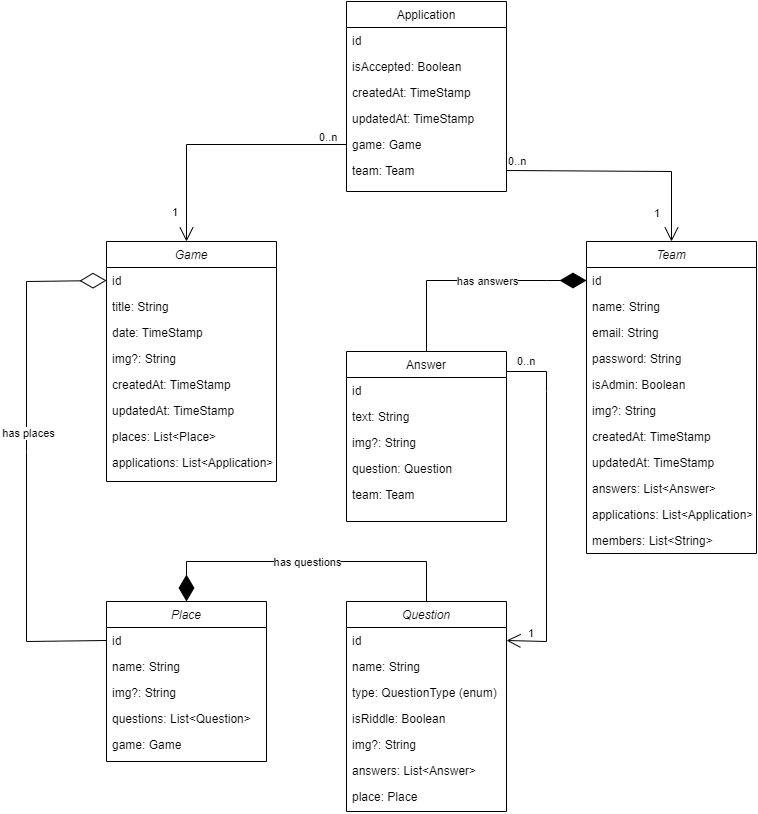
This is images/szititour-backend.png from mherczku/szititour, a draw.io export, as it was before one commit. Source tidied: cells renumbered, new cells last; positions are measured from the earlier drawing's top-left corner, leaving out a move shared by most shapes.
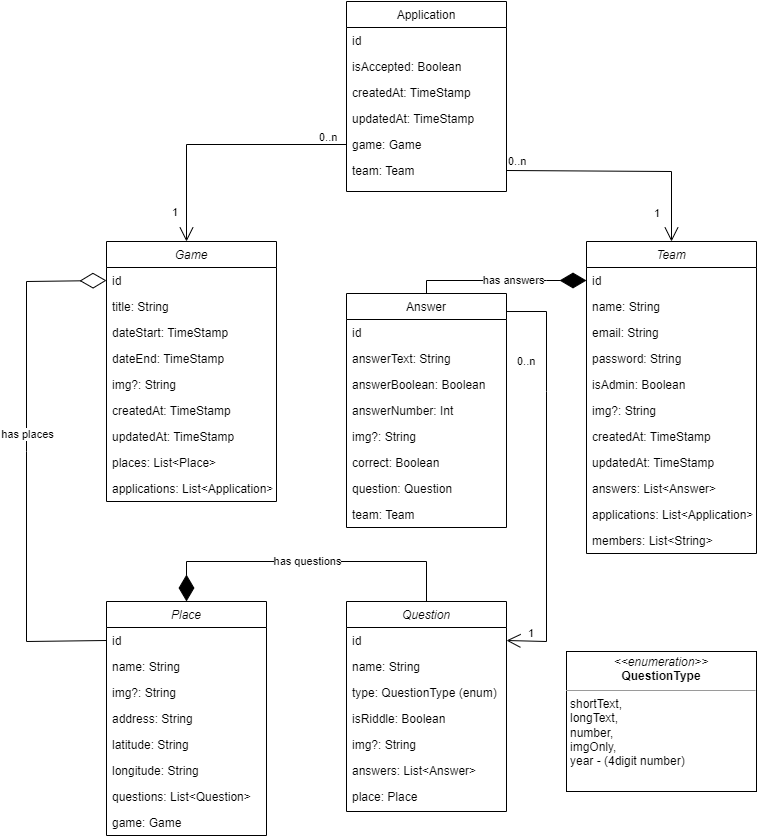
The same diagram one commit later.

Commit message:
Update specification and uml

The edit, as a diff of the source:
```diff
@@ -39,25 +39,34 @@
       <mxGeometry y="286" width="170" height="26" as="geometry" />
     </mxCell>
     <mxCell id="14" value="Answer" style="swimlane;fontStyle=0;align=center;verticalAlign=top;horizontal=1;startSize=26;rounded=0;shadow=0;strokeWidth=1;" parent="1" vertex="1">
-      <mxGeometry x="320" y="350" width="160" height="170" as="geometry" />
+      <mxGeometry x="320" y="292" width="160" height="234" as="geometry" />
     </mxCell>
     <mxCell id="15" value="id" style="text;align=left;verticalAlign=top;spacingLeft=4;spacingRight=4;overflow=hidden;" parent="14" vertex="1">
       <mxGeometry y="26" width="160" height="26" as="geometry" />
     </mxCell>
-    <mxCell id="16" value="text: String" style="text;align=left;verticalAlign=top;spacingLeft=4;spacingRight=4;overflow=hidden;rounded=0;shadow=0;html=0;" parent="14" vertex="1">
+    <mxCell id="16" value="answerText: String" style="text;align=left;verticalAlign=top;spacingLeft=4;spacingRight=4;overflow=hidden;rounded=0;shadow=0;html=0;" parent="14" vertex="1">
       <mxGeometry y="52" width="160" height="26" as="geometry" />
     </mxCell>
+    <mxCell id="65" value="answerBoolean: Boolean" style="text;align=left;verticalAlign=top;spacingLeft=4;spacingRight=4;overflow=hidden;rounded=0;shadow=0;html=0;" parent="14" vertex="1">
+      <mxGeometry y="78" width="160" height="26" as="geometry" />
+    </mxCell>
+    <mxCell id="66" value="answerNumber: Int" style="text;align=left;verticalAlign=top;spacingLeft=4;spacingRight=4;overflow=hidden;rounded=0;shadow=0;html=0;" parent="14" vertex="1">
+      <mxGeometry y="104" width="160" height="26" as="geometry" />
+    </mxCell>
     <mxCell id="17" value="img?: String" style="text;align=left;verticalAlign=top;spacingLeft=4;spacingRight=4;overflow=hidden;rounded=0;shadow=0;html=0;" parent="14" vertex="1">
-      <mxGeometry y="78" width="160" height="26" as="geometry" />
+      <mxGeometry y="130" width="160" height="26" as="geometry" />
     </mxCell>
+    <mxCell id="67" value="correct: Boolean" style="text;align=left;verticalAlign=top;spacingLeft=4;spacingRight=4;overflow=hidden;rounded=0;shadow=0;html=0;" parent="14" vertex="1">
+      <mxGeometry y="156" width="160" height="26" as="geometry" />
+    </mxCell>
     <mxCell id="18" value="question: Question" style="text;align=left;verticalAlign=top;spacingLeft=4;spacingRight=4;overflow=hidden;rounded=0;shadow=0;html=0;" parent="14" vertex="1">
-      <mxGeometry y="104" width="160" height="26" as="geometry" />
+      <mxGeometry y="182" width="160" height="26" as="geometry" />
     </mxCell>
     <mxCell id="19" value="team: Team" style="text;align=left;verticalAlign=top;spacingLeft=4;spacingRight=4;overflow=hidden;rounded=0;shadow=0;html=0;" parent="14" vertex="1">
-      <mxGeometry y="130" width="160" height="26" as="geometry" />
+      <mxGeometry y="208" width="160" height="26" as="geometry" />
     </mxCell>
     <mxCell id="20" value="Game" style="swimlane;fontStyle=2;align=center;verticalAlign=top;horizontal=1;startSize=26;rounded=0;shadow=0;strokeWidth=1;" parent="1" vertex="1">
-      <mxGeometry x="80" y="240" width="170" height="240" as="geometry" />
+      <mxGeometry x="80" y="240" width="170" height="260" as="geometry" />
     </mxCell>
     <mxCell id="21" value="id" style="text;align=left;verticalAlign=top;spacingLeft=4;spacingRight=4;overflow=hidden;points=[[0,0.5],[1,0.5]];portConstraint=eastwest;" parent="20" vertex="1">
       <mxGeometry y="26" width="170" height="26" as="geometry" />
@@ -65,26 +74,29 @@
     <mxCell id="22" value="title: String" style="text;align=left;verticalAlign=top;spacingLeft=4;spacingRight=4;overflow=hidden;rounded=0;shadow=0;html=0;" parent="20" vertex="1">
       <mxGeometry y="52" width="170" height="26" as="geometry" />
     </mxCell>
-    <mxCell id="23" value="date: TimeStamp" style="text;align=left;verticalAlign=top;spacingLeft=4;spacingRight=4;overflow=hidden;rounded=0;shadow=0;html=0;" parent="20" vertex="1">
+    <mxCell id="23" value="dateStart: TimeStamp" style="text;align=left;verticalAlign=top;spacingLeft=4;spacingRight=4;overflow=hidden;rounded=0;shadow=0;html=0;" parent="20" vertex="1">
       <mxGeometry y="78" width="170" height="26" as="geometry" />
     </mxCell>
+    <mxCell id="68" value="dateEnd: TimeStamp" style="text;align=left;verticalAlign=top;spacingLeft=4;spacingRight=4;overflow=hidden;rounded=0;shadow=0;html=0;" parent="20" vertex="1">
+      <mxGeometry y="104" width="170" height="26" as="geometry" />
+    </mxCell>
     <mxCell id="24" value="img?: String" style="text;align=left;verticalAlign=top;spacingLeft=4;spacingRight=4;overflow=hidden;rounded=0;shadow=0;html=0;" parent="20" vertex="1">
-      <mxGeometry y="104" width="170" height="26" as="geometry" />
+      <mxGeometry y="130" width="170" height="26" as="geometry" />
     </mxCell>
     <mxCell id="25" value="createdAt: TimeStamp" style="text;align=left;verticalAlign=top;spacingLeft=4;spacingRight=4;overflow=hidden;rounded=0;shadow=0;html=0;" parent="20" vertex="1">
-      <mxGeometry y="130" width="170" height="26" as="geometry" />
+      <mxGeometry y="156" width="170" height="26" as="geometry" />
     </mxCell>
     <mxCell id="26" value="updatedAt: TimeStamp" style="text;align=left;verticalAlign=top;spacingLeft=4;spacingRight=4;overflow=hidden;rounded=0;shadow=0;html=0;" parent="20" vertex="1">
-      <mxGeometry y="156" width="170" height="26" as="geometry" />
+      <mxGeometry y="182" width="170" height="26" as="geometry" />
     </mxCell>
     <mxCell id="27" value="places: List&lt;Place&gt;" style="text;align=left;verticalAlign=top;spacingLeft=4;spacingRight=4;overflow=hidden;rounded=0;shadow=0;html=0;" parent="20" vertex="1">
-      <mxGeometry y="182" width="170" height="26" as="geometry" />
+      <mxGeometry y="208" width="170" height="26" as="geometry" />
     </mxCell>
     <mxCell id="28" value="applications: List&lt;Application&gt;" style="text;align=left;verticalAlign=top;spacingLeft=4;spacingRight=4;overflow=hidden;rounded=0;shadow=0;html=0;" parent="20" vertex="1">
-      <mxGeometry y="208" width="170" height="26" as="geometry" />
+      <mxGeometry y="234" width="170" height="26" as="geometry" />
     </mxCell>
     <mxCell id="29" value="Place" style="swimlane;fontStyle=2;align=center;verticalAlign=top;horizontal=1;startSize=26;rounded=0;shadow=0;strokeWidth=1;" parent="1" vertex="1">
-      <mxGeometry x="80" y="600" width="160" height="160" as="geometry" />
+      <mxGeometry x="80" y="600" width="160" height="234" as="geometry" />
     </mxCell>
     <mxCell id="30" value="id" style="text;align=left;verticalAlign=top;spacingLeft=4;spacingRight=4;overflow=hidden;points=[[0,0.5],[1,0.5]];portConstraint=eastwest;" parent="29" vertex="1">
       <mxGeometry y="26" width="160" height="26" as="geometry" />
@@ -95,11 +107,20 @@
     <mxCell id="32" value="img?: String" style="text;align=left;verticalAlign=top;spacingLeft=4;spacingRight=4;overflow=hidden;rounded=0;shadow=0;html=0;" parent="29" vertex="1">
       <mxGeometry y="78" width="160" height="26" as="geometry" />
     </mxCell>
+    <mxCell id="69" value="address: String" style="text;align=left;verticalAlign=top;spacingLeft=4;spacingRight=4;overflow=hidden;rounded=0;shadow=0;html=0;" parent="29" vertex="1">
+      <mxGeometry y="104" width="160" height="26" as="geometry" />
+    </mxCell>
+    <mxCell id="70" value="latitude: String" style="text;align=left;verticalAlign=top;spacingLeft=4;spacingRight=4;overflow=hidden;rounded=0;shadow=0;html=0;" parent="29" vertex="1">
+      <mxGeometry y="130" width="160" height="26" as="geometry" />
+    </mxCell>
+    <mxCell id="71" value="longitude: String" style="text;align=left;verticalAlign=top;spacingLeft=4;spacingRight=4;overflow=hidden;rounded=0;shadow=0;html=0;" parent="29" vertex="1">
+      <mxGeometry y="156" width="160" height="26" as="geometry" />
+    </mxCell>
     <mxCell id="33" value="questions: List&lt;Question&gt;" style="text;align=left;verticalAlign=top;spacingLeft=4;spacingRight=4;overflow=hidden;rounded=0;shadow=0;html=0;" parent="29" vertex="1">
-      <mxGeometry y="104" width="160" height="26" as="geometry" />
+      <mxGeometry y="182" width="160" height="26" as="geometry" />
     </mxCell>
     <mxCell id="34" value="game: Game" style="text;align=left;verticalAlign=top;spacingLeft=4;spacingRight=4;overflow=hidden;rounded=0;shadow=0;html=0;" parent="29" vertex="1">
-      <mxGeometry y="130" width="160" height="26" as="geometry" />
+      <mxGeometry y="208" width="160" height="26" as="geometry" />
     </mxCell>
     <mxCell id="35" style="endArrow=diamondThin;endFill=1;endSize=24;html=1;rounded=0;entryX=0;entryY=0.5;entryDx=0;entryDy=0;exitX=0.5;exitY=0;exitDx=0;exitDy=0;" parent="1" edge="1" source="14" target="3">
       <mxGeometry relative="1" as="geometry">
@@ -161,11 +182,10 @@
         <mxPoint x="46" as="offset" />
       </mxGeometry>
     </mxCell>
-    <mxCell id="49" style="endArrow=open;endFill=1;endSize=12;html=1;rounded=0;entryX=1;entryY=0.5;entryDx=0;entryDy=0;" parent="1" edge="1" target="40">
+    <mxCell id="49" style="endArrow=open;endFill=1;endSize=12;html=1;rounded=0;entryX=1;entryY=0.5;entryDx=0;entryDy=0;exitX=1;exitY=0.077;exitDx=0;exitDy=0;exitPerimeter=0;" parent="1" edge="1" source="14" target="40">
       <mxGeometry relative="1" as="geometry">
-        <mxPoint x="480" y="370" as="sourcePoint" />
         <Array as="points">
-          <mxPoint x="520" y="370" />
+          <mxPoint x="520" y="310" />
           <mxPoint x="520" y="390" />
           <mxPoint x="520" y="640" />
         </Array>
@@ -235,5 +255,8 @@
         <mxPoint x="-209" y="-276" as="offset" />
       </mxGeometry>
     </mxCell>
+    <mxCell id="72" value="&lt;p style=&quot;margin:0px;margin-top:4px;text-align:center;&quot;&gt;&lt;i&gt;&amp;lt;&amp;lt;enumeration&amp;gt;&amp;gt;&lt;/i&gt;&lt;br&gt;&lt;b&gt;QuestionType&lt;/b&gt;&lt;/p&gt;&lt;hr size=&quot;1&quot;&gt;&lt;p style=&quot;margin:0px;margin-left:4px;&quot;&gt;shortText,&lt;/p&gt;&lt;p style=&quot;margin:0px;margin-left:4px;&quot;&gt;longText,&lt;/p&gt;&lt;p style=&quot;margin:0px;margin-left:4px;&quot;&gt;number,&lt;/p&gt;&lt;p style=&quot;margin:0px;margin-left:4px;&quot;&gt;imgOnly,&lt;/p&gt;&lt;p style=&quot;margin:0px;margin-left:4px;&quot;&gt;year - (4digit number)&lt;/p&gt;&lt;p style=&quot;margin:0px;margin-left:4px;&quot;&gt;&lt;br&gt;&lt;/p&gt;" style="verticalAlign=top;align=left;overflow=fill;fontSize=12;fontFamily=Helvetica;html=1;" parent="1" vertex="1">
+      <mxGeometry x="540" y="650" width="190" height="140" as="geometry" />
+    </mxCell>
   </root>
 </mxGraphModel>
```
